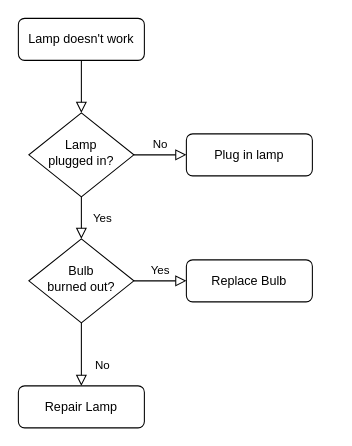
Earlier version of the draw.io diagram asr.drawio (GaoangLiu/AA_ipynb). Source tidied: cells renumbered, new cells numbered last; positions are measured from the earlier drawing's top-left corner, leaving out a move shared by most shapes. Both pictures are drawn from the tidied source at 105%, with x=0, y=0 at pixel (18, 18).
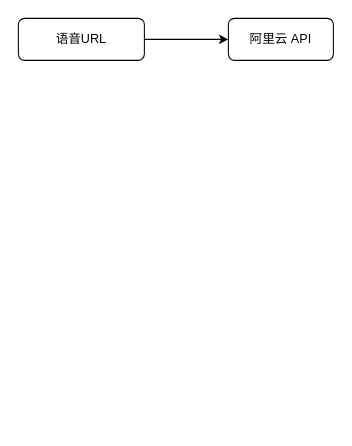
Above is the later version.

Diff of the diagram source:
```diff
@@
 <mxGraphModel>
   <root>
     <mxCell id="0" />
     <mxCell id="1" parent="0" />
-    <mxCell id="2" style="rounded=0;html=1;jettySize=auto;fontSize=11;endArrow=block;endFill=0;endSize=8;strokeWidth=1;shadow=0;labelBackgroundColor=none;edgeStyle=orthogonalEdgeStyle;" parent="1" edge="1" source="3" target="6">
-      <mxGeometry relative="1" as="geometry" />
-    </mxCell>
+    <mxCell id="13" style="edgeStyle=orthogonalEdgeStyle;rounded=0;jettySize=auto;html=1;" parent="1" edge="1" source="3" target="14">
+      <mxGeometry relative="1" as="geometry" />
+    </mxCell>
-    <mxCell id="3" value="Lamp doesn't work" style="rounded=1;whiteSpace=wrap;html=1;fontSize=12;glass=0;strokeWidth=1;shadow=0;" parent="1" vertex="1">
+    <mxCell id="3" value="语音URL" style="rounded=1;whiteSpace=wrap;html=1;fontSize=12;glass=0;strokeWidth=1;shadow=0;" parent="1" vertex="1">
       <mxGeometry width="120" height="40" as="geometry" />
     </mxCell>
-    <mxCell id="4" value="Yes" style="rounded=0;html=1;jettySize=auto;fontSize=11;endArrow=block;endFill=0;endSize=8;strokeWidth=1;shadow=0;labelBackgroundColor=none;edgeStyle=orthogonalEdgeStyle;" parent="1" edge="1" source="6" target="10">
-      <mxGeometry y="20" relative="1" as="geometry" />
-    </mxCell>
-    <mxCell id="5" value="No" style="edgeStyle=orthogonalEdgeStyle;rounded=0;html=1;jettySize=auto;fontSize=11;endArrow=block;endFill=0;endSize=8;strokeWidth=1;shadow=0;labelBackgroundColor=none;" parent="1" edge="1" source="6" target="7">
-      <mxGeometry y="10" relative="1" as="geometry" />
-    </mxCell>
-    <mxCell id="6" value="Lamp&lt;br&gt;plugged in?" style="rhombus;whiteSpace=wrap;html=1;shadow=0;fontFamily=Helvetica;fontSize=12;align=center;strokeWidth=1;spacing=6;spacingTop=-4;" parent="1" vertex="1">
-      <mxGeometry x="10" y="90" width="100" height="80" as="geometry" />
-    </mxCell>
-    <mxCell id="7" value="Plug in lamp" style="rounded=1;whiteSpace=wrap;html=1;fontSize=12;glass=0;strokeWidth=1;shadow=0;" parent="1" vertex="1">
-      <mxGeometry x="160" y="110" width="120" height="40" as="geometry" />
-    </mxCell>
-    <mxCell id="8" value="No" style="rounded=0;html=1;jettySize=auto;fontSize=11;endArrow=block;endFill=0;endSize=8;strokeWidth=1;shadow=0;labelBackgroundColor=none;edgeStyle=orthogonalEdgeStyle;" parent="1" edge="1" source="10" target="11">
-      <mxGeometry x="0.33" y="20" relative="1" as="geometry" />
-    </mxCell>
-    <mxCell id="9" value="Yes" style="edgeStyle=orthogonalEdgeStyle;rounded=0;html=1;jettySize=auto;fontSize=11;endArrow=block;endFill=0;endSize=8;strokeWidth=1;shadow=0;labelBackgroundColor=none;" parent="1" edge="1" source="10" target="12">
-      <mxGeometry y="10" relative="1" as="geometry" />
-    </mxCell>
-    <mxCell id="10" value="Bulb&lt;br&gt;burned out?" style="rhombus;whiteSpace=wrap;html=1;shadow=0;fontFamily=Helvetica;fontSize=12;align=center;strokeWidth=1;spacing=6;spacingTop=-4;" parent="1" vertex="1">
-      <mxGeometry x="10" y="210" width="100" height="80" as="geometry" />
-    </mxCell>
-    <mxCell id="11" value="Repair Lamp" style="rounded=1;whiteSpace=wrap;html=1;fontSize=12;glass=0;strokeWidth=1;shadow=0;" parent="1" vertex="1">
-      <mxGeometry y="350" width="120" height="40" as="geometry" />
-    </mxCell>
-    <mxCell id="12" value="Replace Bulb" style="rounded=1;whiteSpace=wrap;html=1;fontSize=12;glass=0;strokeWidth=1;shadow=0;" parent="1" vertex="1">
-      <mxGeometry x="160" y="230" width="120" height="40" as="geometry" />
-    </mxCell>
+    <mxCell id="14" value="阿里云 API" style="whiteSpace=wrap;html=1;rounded=1;shadow=0;strokeWidth=1;glass=0;" parent="1" vertex="1">
+      <mxGeometry x="200" width="100" height="40" as="geometry" />
+    </mxCell>
   </root>
 </mxGraphModel>
```
